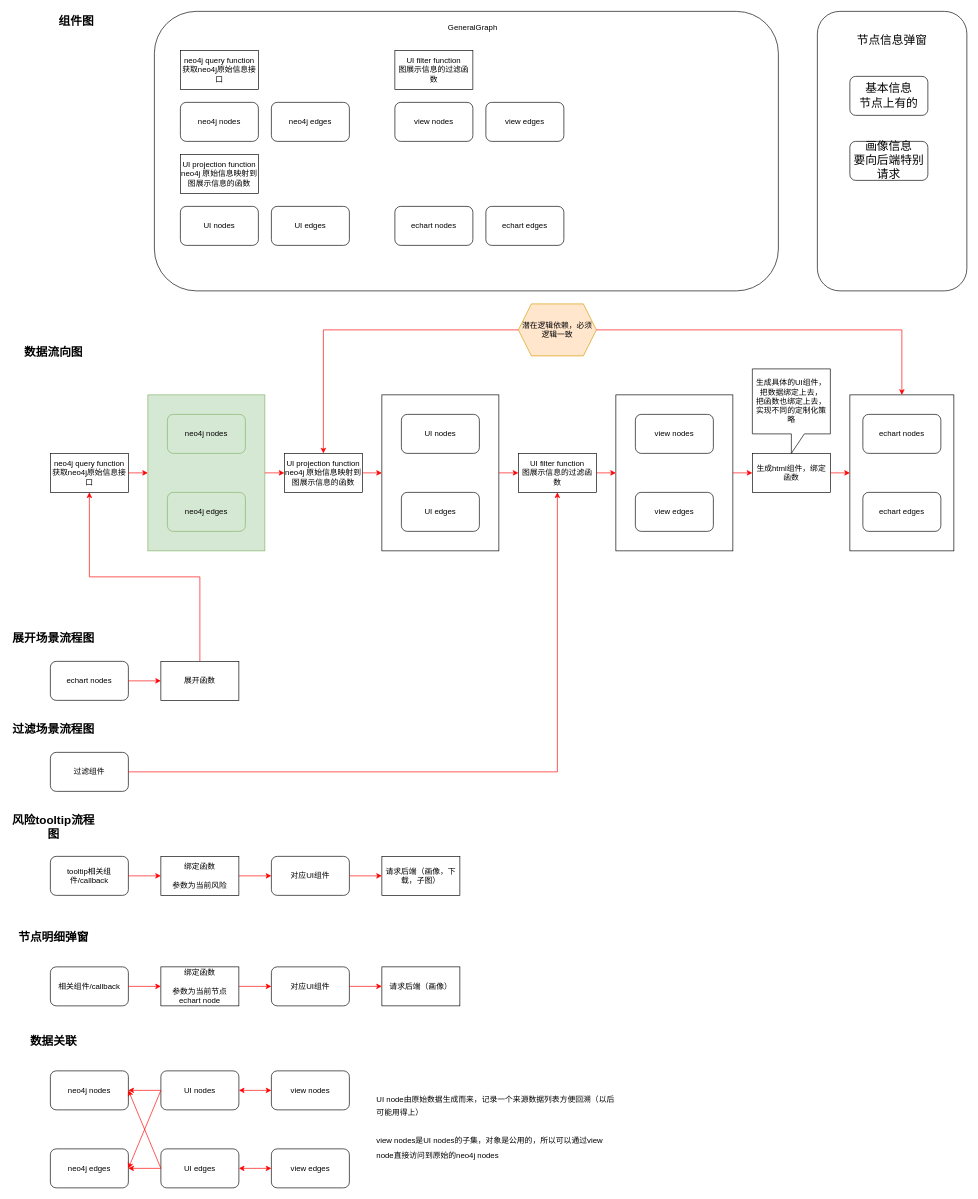
Before: page "核心图谱" (3 of 3) of 太平/太平模块图.drawio in XiaoLiuAI/diagrams, a draw.io diagram. Source tidied: cells renumbered, new cells numbered last; positions are measured from the earlier drawing's top-left corner, leaving out a move shared by most shapes. Both pictures are drawn from the tidied source at 65%, with x=0, y=0 at pixel (11, 11).
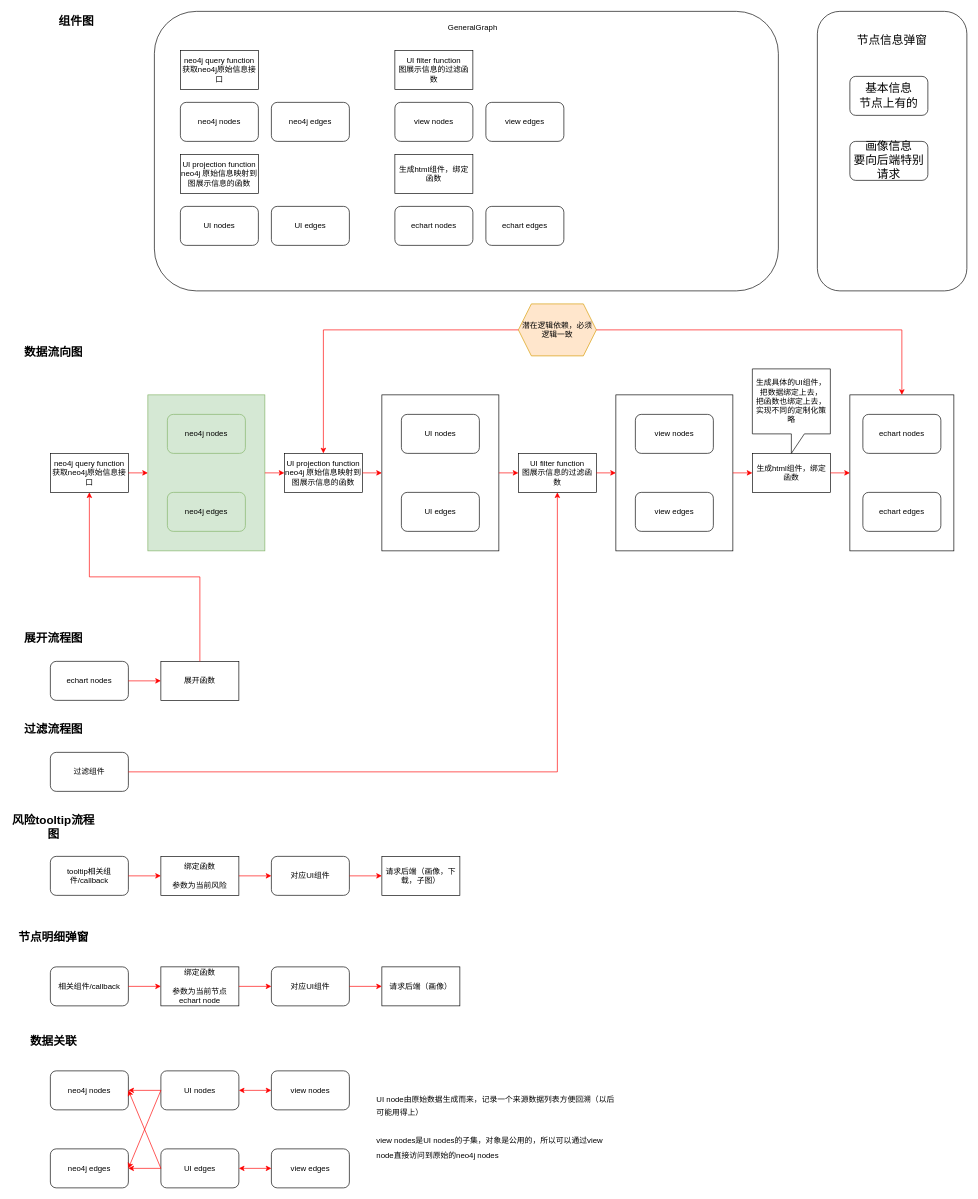
After the change.

The edit, as a diff of the source:
```diff
@@
-    <mxCell id="40" value="&lt;font style=&quot;font-size: 18px;&quot;&gt;&lt;b&gt;展开场景流程图&lt;/b&gt;&lt;/font&gt;" style="text;html=1;strokeColor=none;fillColor=none;align=center;verticalAlign=middle;whiteSpace=wrap;rounded=0;fontColor=#000000;" parent="1" vertex="1">
+    <mxCell id="40" value="&lt;font style=&quot;font-size: 18px;&quot;&gt;&lt;b&gt;展开流程图&lt;/b&gt;&lt;/font&gt;" style="text;html=1;strokeColor=none;fillColor=none;align=center;verticalAlign=middle;whiteSpace=wrap;rounded=0;fontColor=#000000;" parent="1" vertex="1">
       <mxGeometry y="950" width="130" height="30" as="geometry" />
     </mxCell>
@@
-    <mxCell id="45" value="&lt;font style=&quot;font-size: 18px;&quot;&gt;&lt;b&gt;过滤场景流程图&lt;/b&gt;&lt;/font&gt;" style="text;html=1;strokeColor=none;fillColor=none;align=center;verticalAlign=middle;whiteSpace=wrap;rounded=0;fontColor=#000000;" parent="1" vertex="1">
+    <mxCell id="45" value="&lt;font style=&quot;font-size: 18px;&quot;&gt;&lt;b&gt;过滤流程图&lt;/b&gt;&lt;/font&gt;" style="text;html=1;strokeColor=none;fillColor=none;align=center;verticalAlign=middle;whiteSpace=wrap;rounded=0;fontColor=#000000;" parent="1" vertex="1">
       <mxGeometry y="1090" width="130" height="30" as="geometry" />
     </mxCell>
@@
+    <mxCell id="86" value="生成html组件，绑定函数" style="rounded=0;whiteSpace=wrap;html=1;fontColor=#000000;" parent="1" vertex="1">
+      <mxGeometry x="590" y="220" width="120" height="60" as="geometry" />
+    </mxCell>
```
